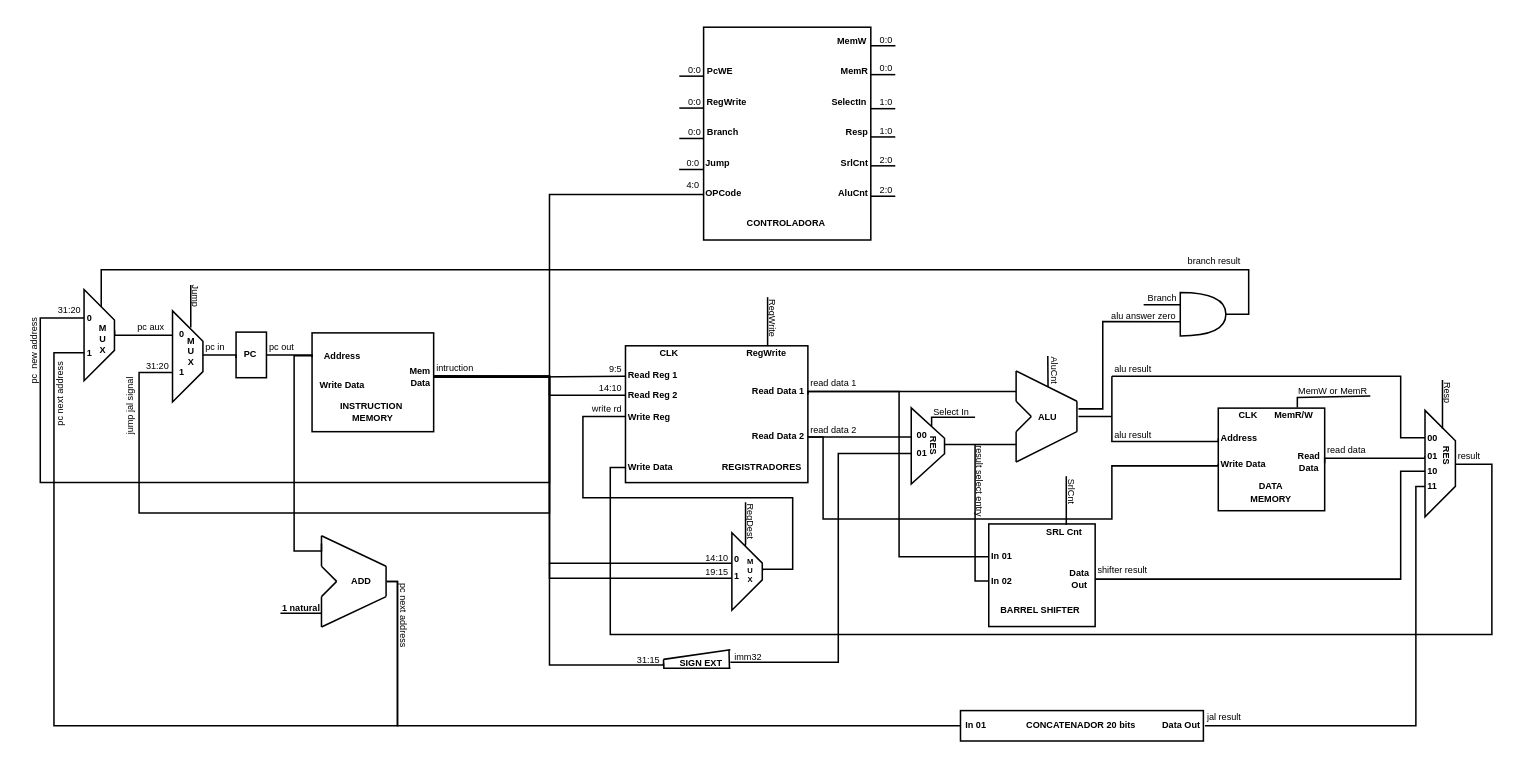
Before: Data Path.drawio in RodolfoLessa/risc-v_basead_CPU, a draw.io diagram. Source tidied: cells renumbered, new cells numbered last; positions are measured from the earlier drawing's top-left corner, leaving out a move shared by most shapes. Both pictures are drawn from the tidied source at 152%, with x=0, y=0 at pixel (-6, 26).
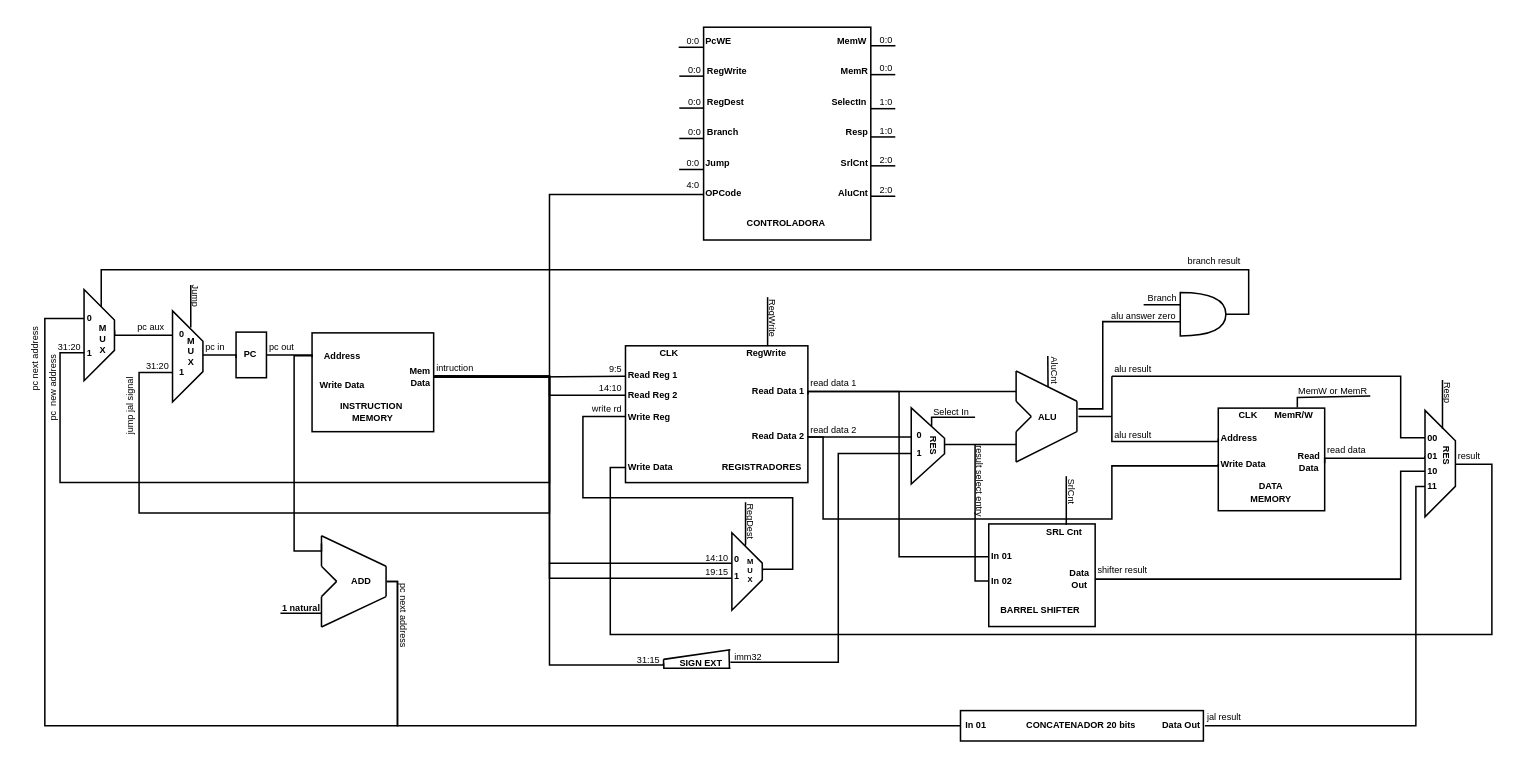
The same diagram, later.

Commit message:
Colocando sinal na controladora regdest.drawio

The change refers to these unchanged cells:
```xml
<mxCell id="52" value="ADD" style="text;html=1;strokeColor=none;fillColor=none;align=center;verticalAlign=middle;whiteSpace=wrap;rounded=0;fontSize=6;fontStyle=1;" parent="1" vertex="1">
  <mxGeometry x="225" y="355" width="33" height="20" as="geometry" />
</mxCell>
<mxCell id="72" value="1" style="text;html=1;strokeColor=none;fillColor=none;align=left;verticalAlign=middle;whiteSpace=wrap;rounded=0;fontSize=6;fontStyle=1;rotation=0;" parent="68" vertex="1">
  <mxGeometry y="31.5" width="15" height="20" as="geometry" />
</mxCell>
<mxCell id="89" value="intruction" style="text;html=1;strokeColor=none;fillColor=none;align=left;verticalAlign=middle;whiteSpace=wrap;rounded=0;fontSize=6;" parent="1" vertex="1">
  <mxGeometry x="289" y="220.5" width="35" height="9.5" as="geometry" />
</mxCell>
```

What changed in the source:
```diff
@@
-    <mxCell id="51" style="edgeStyle=orthogonalEdgeStyle;shape=connector;rounded=0;jettySize=auto;html=1;entryX=0;entryY=0.5;entryDx=0;entryDy=0;labelBackgroundColor=default;strokeColor=default;fontFamily=Helvetica;fontSize=11;fontColor=default;endArrow=none;endFill=0;" parent="1" edge="1" source="52" target="72">
+    <mxCell id="51" style="edgeStyle=orthogonalEdgeStyle;shape=connector;rounded=0;jettySize=auto;html=1;labelBackgroundColor=default;strokeColor=default;fontFamily=Helvetica;fontSize=11;fontColor=default;endArrow=none;endFill=0;" parent="1" edge="1" source="52">
       <mxGeometry relative="1" as="geometry">
+        <mxPoint x="59" y="192" as="targetPoint" />
         <Array as="points">
           <mxPoint x="265" y="365" />
           <mxPoint x="265" y="460" />
-          <mxPoint x="39" y="460" />
-          <mxPoint x="39" y="215" />
+          <mxPoint x="33" y="460" />
+          <mxPoint x="33" y="192" />
         </Array>
       </mxGeometry>
     </mxCell>
@@
     <mxCell id="87" value="pc&amp;nbsp; new address" style="text;html=1;strokeColor=none;fillColor=none;align=left;verticalAlign=middle;whiteSpace=wrap;rounded=0;fontSize=6;rotation=-90;" parent="1" vertex="1">
-      <mxGeometry y="204" width="53.8" height="13" as="geometry" />
+      <mxGeometry x="11.9" y="228.5" width="53.8" height="13" as="geometry" />
     </mxCell>
@@
-    <mxCell id="104" value="RegWrite" style="text;html=1;strokeColor=none;fillColor=none;align=right;verticalAlign=middle;whiteSpace=wrap;rounded=0;fontSize=6;fontStyle=1;" parent="1" vertex="1">
+    <mxCell id="104" value="RegDest" style="text;html=1;strokeColor=none;fillColor=none;align=left;verticalAlign=middle;whiteSpace=wrap;rounded=0;fontSize=6;fontStyle=1;" parent="1" vertex="1">
       <mxGeometry x="466.6" y="40.4" width="30" height="20" as="geometry" />
     </mxCell>
@@
-    <mxCell id="178" style="edgeStyle=orthogonalEdgeStyle;shape=connector;rounded=0;jettySize=auto;html=1;exitX=1;exitY=1;exitDx=0;exitDy=0;labelBackgroundColor=default;strokeColor=default;fontFamily=Helvetica;fontSize=11;fontColor=default;endArrow=none;endFill=0;entryX=0;entryY=1;entryDx=0;entryDy=0;" parent="1" edge="1" source="179" target="89">
+    <mxCell id="178" style="edgeStyle=orthogonalEdgeStyle;shape=connector;rounded=0;jettySize=auto;html=1;exitX=0;exitY=0.5;exitDx=0;exitDy=0;labelBackgroundColor=default;strokeColor=default;fontFamily=Helvetica;fontSize=11;fontColor=default;endArrow=none;endFill=0;entryX=0;entryY=1;entryDx=0;entryDy=0;" parent="1" edge="1" source="72" target="89">
       <mxGeometry relative="1" as="geometry">
         <Array as="points">
-          <mxPoint x="30" y="192" />
-          <mxPoint x="30" y="300" />
+          <mxPoint x="43" y="215" />
+          <mxPoint x="43" y="300" />
           <mxPoint x="365" y="300" />
           <mxPoint x="365" y="230" />
         </Array>
       </mxGeometry>
     </mxCell>
     <mxCell id="179" value="31:20" style="text;html=1;strokeColor=none;fillColor=none;align=right;verticalAlign=middle;whiteSpace=wrap;rounded=0;fontSize=6;" parent="1" vertex="1">
-      <mxGeometry x="28.8" y="182.2" width="30" height="9.5" as="geometry" />
+      <mxGeometry x="28.8" y="206.5" width="30" height="9.5" as="geometry" />
     </mxCell>
@@
-    <mxCell id="181" value="00" style="text;html=1;strokeColor=none;fillColor=none;align=left;verticalAlign=middle;whiteSpace=wrap;rounded=0;fontSize=6;fontStyle=1;rotation=0;" parent="1" vertex="1">
+    <mxCell id="181" value="0" style="text;html=1;strokeColor=none;fillColor=none;align=left;verticalAlign=middle;whiteSpace=wrap;rounded=0;fontSize=6;fontStyle=1;rotation=0;" parent="1" vertex="1">
       <mxGeometry x="604.9" y="258.8" width="13" height="20" as="geometry" />
     </mxCell>
-    <mxCell id="182" value="01" style="text;html=1;strokeColor=none;fillColor=none;align=left;verticalAlign=middle;whiteSpace=wrap;rounded=0;fontSize=6;fontStyle=1;rotation=0;" parent="1" vertex="1">
+    <mxCell id="182" value="1" style="text;html=1;strokeColor=none;fillColor=none;align=left;verticalAlign=middle;whiteSpace=wrap;rounded=0;fontSize=6;fontStyle=1;rotation=0;" parent="1" vertex="1">
       <mxGeometry x="604.9" y="270.8" width="13" height="20" as="geometry" />
     </mxCell>
@@
-    <mxCell id="191" value="PcWE" style="text;html=1;strokeColor=none;fillColor=none;align=left;verticalAlign=middle;whiteSpace=wrap;rounded=0;fontSize=6;fontStyle=1;" parent="1" vertex="1">
+    <mxCell id="191" value="RegWrite" style="text;html=1;strokeColor=none;fillColor=none;align=left;verticalAlign=middle;whiteSpace=wrap;rounded=0;fontSize=6;fontStyle=1;" parent="1" vertex="1">
       <mxGeometry x="466.6" y="20.4" width="30" height="20" as="geometry" />
     </mxCell>
@@
     <mxCell id="193" value="pc next address" style="text;html=1;strokeColor=none;fillColor=none;align=left;verticalAlign=middle;whiteSpace=wrap;rounded=0;fontSize=6;rotation=-90;" parent="1" vertex="1">
-      <mxGeometry x="18.1" y="235" width="51.2" height="9.5" as="geometry" />
+      <mxGeometry x="1.5" y="211.5" width="51.2" height="9.5" as="geometry" />
     </mxCell>
@@
+    <mxCell id="195" value="PcWE" style="text;html=1;strokeColor=none;fillColor=none;align=left;verticalAlign=middle;whiteSpace=wrap;rounded=0;fontSize=6;fontStyle=1;" parent="1" vertex="1">
+      <mxGeometry x="466.2" y="0.4" width="30" height="20" as="geometry" />
+    </mxCell>
+    <mxCell id="196" style="edgeStyle=orthogonalEdgeStyle;shape=connector;rounded=0;orthogonalLoop=1;jettySize=auto;html=1;labelBackgroundColor=default;strokeColor=default;fontFamily=Helvetica;fontSize=11;fontColor=default;endArrow=none;endFill=0;align=right;" parent="1" edge="1">
+      <mxGeometry relative="1" as="geometry">
+        <mxPoint x="466.1" y="13.6" as="sourcePoint" />
+        <mxPoint x="450" y="13.4" as="targetPoint" />
+      </mxGeometry>
+    </mxCell>
+    <mxCell id="197" value="0:0" style="text;html=1;strokeColor=none;fillColor=none;align=right;verticalAlign=middle;whiteSpace=wrap;rounded=0;fontSize=6;direction=west;rotation=0;" parent="1" vertex="1">
+      <mxGeometry x="450.2" y="6.4" width="16" height="7.2" as="geometry" />
+    </mxCell>
```
